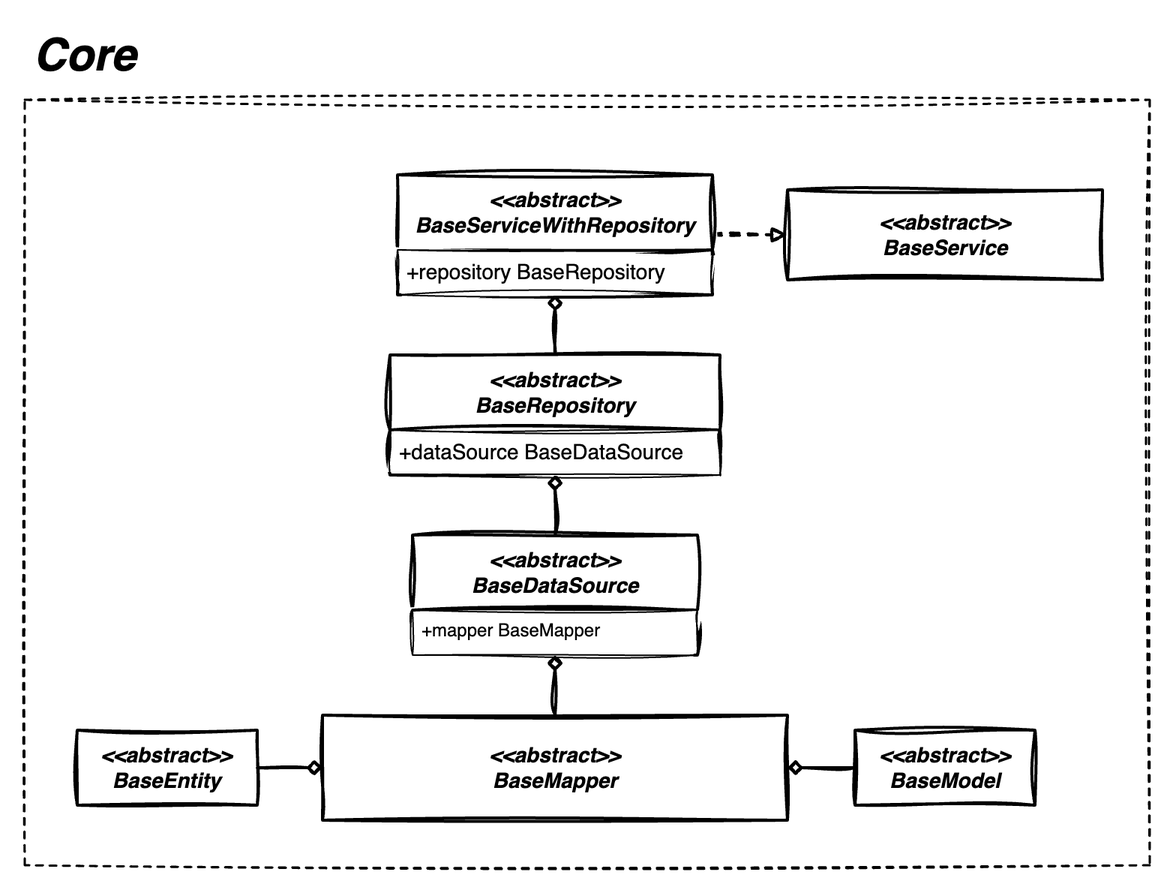
This is core.drawio.png from hamed-rezaee/flutter_component_architecture_poc, a draw.io export, as it was before one commit. Source tidied: cells renumbered, new cells last; positions are measured from the earlier drawing's top-left corner, leaving out a move shared by most shapes. The source it was exported from:
```xml
<mxGraphModel>
  <root>
    <mxCell id="0" />
    <mxCell id="1" parent="0" />
    <mxCell id="2" style="rounded=0;whiteSpace=wrap;html=1;dashed=1;shadow=0;glass=0;sketch=1;curveFitting=1;jiggle=2;strokeWidth=1.5;perimeterSpacing=1;fillColor=none;" parent="1" vertex="1">
      <mxGeometry y="50" width="750" height="510" as="geometry" />
    </mxCell>
    <mxCell id="3" style="edgeStyle=orthogonalEdgeStyle;rounded=0;jettySize=auto;html=1;exitX=0;exitY=0.5;exitDx=0;exitDy=0;entryX=1;entryY=0.5;entryDx=0;entryDy=0;endArrow=diamond;endFill=0;sketch=1;curveFitting=1;jiggle=2;strokeWidth=2;" parent="1" edge="1" source="4" target="7">
      <mxGeometry relative="1" as="geometry" />
    </mxCell>
    <mxCell id="4" value="&lt;b style=&quot;border-color: var(--border-color);&quot;&gt;&lt;i style=&quot;border-color: var(--border-color);&quot;&gt;&amp;lt;&amp;lt;abstract&amp;gt;&amp;gt;&lt;br&gt;&lt;/i&gt;&lt;/b&gt;&lt;b&gt;&lt;i&gt;&lt;font style=&quot;font-size: 14px;&quot;&gt;BaseModel&lt;/font&gt;&lt;/i&gt;&lt;/b&gt;" style="rounded=0;whiteSpace=wrap;html=1;sketch=1;curveFitting=1;jiggle=2;fontSize=14;fontStyle=0;startSize=50;strokeWidth=2;shadow=0;dashed=0;arcSize=4;" parent="1" vertex="1">
      <mxGeometry x="553.5" y="470" width="120" height="50" as="geometry" />
    </mxCell>
    <mxCell id="5" style="edgeStyle=orthogonalEdgeStyle;rounded=0;jettySize=auto;html=1;exitX=1;exitY=0.5;exitDx=0;exitDy=0;entryX=0;entryY=0.5;entryDx=0;entryDy=0;endArrow=diamond;endFill=0;sketch=1;curveFitting=1;jiggle=2;strokeWidth=2;" parent="1" edge="1" source="6" target="7">
      <mxGeometry relative="1" as="geometry" />
    </mxCell>
    <mxCell id="6" value="&lt;b style=&quot;border-color: var(--border-color);&quot;&gt;&lt;i style=&quot;border-color: var(--border-color);&quot;&gt;&amp;lt;&amp;lt;abstract&amp;gt;&amp;gt;&lt;br&gt;&lt;/i&gt;&lt;/b&gt;&lt;b&gt;&lt;i&gt;&lt;font style=&quot;font-size: 14px;&quot;&gt;BaseEntity&lt;/font&gt;&lt;/i&gt;&lt;/b&gt;" style="rounded=0;whiteSpace=wrap;html=1;sketch=1;curveFitting=1;jiggle=2;fontSize=14;fontStyle=0;startSize=50;strokeWidth=2;shadow=0;dashed=0;arcSize=4;" parent="1" vertex="1">
      <mxGeometry x="35" y="470" width="120" height="50" as="geometry" />
    </mxCell>
    <mxCell id="7" value="&lt;b&gt;&lt;i&gt;&lt;font style=&quot;font-size: 14px;&quot;&gt;&amp;lt;&amp;lt;abstract&amp;gt;&amp;gt;&lt;br&gt;BaseMapper&lt;br&gt;&lt;/font&gt;&lt;/i&gt;&lt;/b&gt;" style="rounded=0;whiteSpace=wrap;html=1;sketch=1;curveFitting=1;jiggle=2;fontSize=14;fontStyle=0;startSize=50;strokeWidth=2;shadow=0;dashed=0;arcSize=4;" parent="1" vertex="1">
      <mxGeometry x="198.5" y="460" width="310" height="70" as="geometry" />
    </mxCell>
    <mxCell id="8" style="edgeStyle=orthogonalEdgeStyle;rounded=0;jettySize=auto;html=1;exitX=0.5;exitY=0;exitDx=0;exitDy=0;entryX=0.5;entryY=1;entryDx=0;entryDy=0;endArrow=diamond;endFill=0;sketch=1;curveFitting=1;jiggle=2;strokeWidth=2;" parent="1" edge="1" source="9" target="13">
      <mxGeometry relative="1" as="geometry" />
    </mxCell>
    <mxCell id="9" value="&lt;b style=&quot;border-color: var(--border-color); font-size: 12px;&quot;&gt;&lt;i style=&quot;border-color: var(--border-color);&quot;&gt;&lt;font style=&quot;border-color: var(--border-color); font-size: 14px;&quot;&gt;&amp;lt;&amp;lt;abstract&amp;gt;&amp;gt;&lt;br style=&quot;border-color: var(--border-color);&quot;&gt;BaseRepository&lt;/font&gt;&lt;/i&gt;&lt;/b&gt;" style="swimlane;horizontal=1;startSize=50;rounded=0;fontSize=14;fontStyle=0;strokeWidth=2;shadow=0;dashed=0;align=center;arcSize=4;whiteSpace=wrap;html=1;fillStyle=auto;sketch=1;curveFitting=1;jiggle=2;swimlaneFillColor=default;swimlaneLine=1;glass=0;" parent="1" vertex="1">
      <mxGeometry x="243.5" y="220" width="220" height="80" as="geometry" />
    </mxCell>
    <mxCell id="10" value="&lt;font style=&quot;font-size: 14px;&quot;&gt;+dataSource BaseDataSource&lt;/font&gt;" style="align=left;spacingLeft=4;fontSize=12;verticalAlign=top;html=1;sketch=1;curveFitting=1;jiggle=2;labelBackgroundColor=none;" parent="9" vertex="1">
      <mxGeometry y="50" width="220" height="30" as="geometry" />
    </mxCell>
    <mxCell id="11" style="edgeStyle=orthogonalEdgeStyle;rounded=0;jettySize=auto;html=1;exitX=1;exitY=0.5;exitDx=0;exitDy=0;entryX=0;entryY=0.5;entryDx=0;entryDy=0;endArrow=block;endFill=0;dashed=1;sketch=1;curveFitting=1;jiggle=2;strokeWidth=2;" parent="1" edge="1" source="12" target="19">
      <mxGeometry relative="1" as="geometry" />
    </mxCell>
    <mxCell id="12" value="&lt;b style=&quot;border-color: var(--border-color); font-size: 12px;&quot;&gt;&lt;i style=&quot;border-color: var(--border-color);&quot;&gt;&lt;font style=&quot;border-color: var(--border-color); font-size: 14px;&quot;&gt;&amp;lt;&amp;lt;abstract&amp;gt;&amp;gt;&lt;br style=&quot;border-color: var(--border-color);&quot;&gt;BaseServiceWithRepository&lt;/font&gt;&lt;/i&gt;&lt;/b&gt;" style="swimlane;horizontal=1;startSize=50;rounded=0;fontSize=14;fontStyle=0;strokeWidth=2;shadow=0;dashed=0;align=center;arcSize=4;whiteSpace=wrap;html=1;sketch=1;curveFitting=1;jiggle=2;swimlaneFillColor=default;" parent="1" vertex="1">
      <mxGeometry x="248.5" y="100" width="210" height="80" as="geometry" />
    </mxCell>
    <mxCell id="13" value="&lt;font style=&quot;font-size: 14px;&quot;&gt;+repository BaseRepository&lt;/font&gt;" style="align=left;spacingLeft=4;fontSize=12;verticalAlign=top;html=1;sketch=1;curveFitting=1;jiggle=2;" parent="12" vertex="1">
      <mxGeometry y="50" width="210" height="30" as="geometry" />
    </mxCell>
    <mxCell id="14" style="edgeStyle=orthogonalEdgeStyle;rounded=0;jettySize=auto;html=1;exitX=0.5;exitY=0;exitDx=0;exitDy=0;entryX=0.5;entryY=1;entryDx=0;entryDy=0;endArrow=diamond;endFill=0;sketch=1;curveFitting=1;jiggle=2;strokeWidth=2;" parent="1" edge="1" source="15" target="10">
      <mxGeometry relative="1" as="geometry" />
    </mxCell>
    <mxCell id="15" value="&lt;b style=&quot;border-color: var(--border-color);&quot;&gt;&lt;i style=&quot;border-color: var(--border-color);&quot;&gt;&amp;lt;&amp;lt;abstract&amp;gt;&amp;gt;&lt;br style=&quot;border-color: var(--border-color);&quot;&gt;BaseDataSource&lt;/i&gt;&lt;/b&gt;" style="swimlane;horizontal=1;startSize=50;rounded=0;fontSize=14;fontStyle=0;strokeWidth=2;shadow=0;dashed=0;align=center;arcSize=4;whiteSpace=wrap;html=1;fillStyle=auto;sketch=1;curveFitting=1;jiggle=2;swimlaneFillColor=default;swimlaneLine=1;glass=0;" parent="1" vertex="1">
      <mxGeometry x="258.5" y="340" width="190" height="80" as="geometry" />
    </mxCell>
    <mxCell id="16" value="+mapper BaseMapper" style="align=left;spacingLeft=4;fontSize=12;verticalAlign=top;html=1;sketch=1;curveFitting=1;jiggle=2;labelBackgroundColor=none;" parent="15" vertex="1">
      <mxGeometry y="50" width="190" height="30" as="geometry" />
    </mxCell>
    <mxCell id="17" style="edgeStyle=orthogonalEdgeStyle;rounded=0;jettySize=auto;html=1;exitX=0.5;exitY=0;exitDx=0;exitDy=0;endArrow=diamond;endFill=0;sketch=1;curveFitting=1;jiggle=2;strokeWidth=2;entryX=0.5;entryY=1;entryDx=0;entryDy=0;" parent="1" edge="1" source="7" target="16">
      <mxGeometry relative="1" as="geometry" />
    </mxCell>
    <mxCell id="18" value="&lt;font style=&quot;font-size: 30px;&quot;&gt;Core&lt;/font&gt;" style="text;strokeColor=none;fillColor=none;html=1;fontSize=24;fontStyle=3;verticalAlign=middle;align=center;sketch=1;curveFitting=1;jiggle=2;" parent="1" vertex="1">
      <mxGeometry width="80" height="40" as="geometry" />
    </mxCell>
    <mxCell id="19" value="&lt;b style=&quot;border-color: var(--border-color); font-size: 12px;&quot;&gt;&lt;i style=&quot;border-color: var(--border-color);&quot;&gt;&lt;font style=&quot;border-color: var(--border-color); font-size: 14px;&quot;&gt;&amp;lt;&amp;lt;abstract&amp;gt;&amp;gt;&lt;br style=&quot;border-color: var(--border-color);&quot;&gt;BaseService&lt;/font&gt;&lt;/i&gt;&lt;/b&gt;" style="swimlane;horizontal=1;startSize=80;rounded=0;fontSize=14;fontStyle=0;strokeWidth=2;shadow=0;dashed=0;align=center;arcSize=4;whiteSpace=wrap;html=1;sketch=1;curveFitting=1;jiggle=2;swimlaneFillColor=default;" parent="1" vertex="1">
      <mxGeometry x="508.5" y="110" width="210" height="60" as="geometry" />
    </mxCell>
  </root>
</mxGraphModel>
```
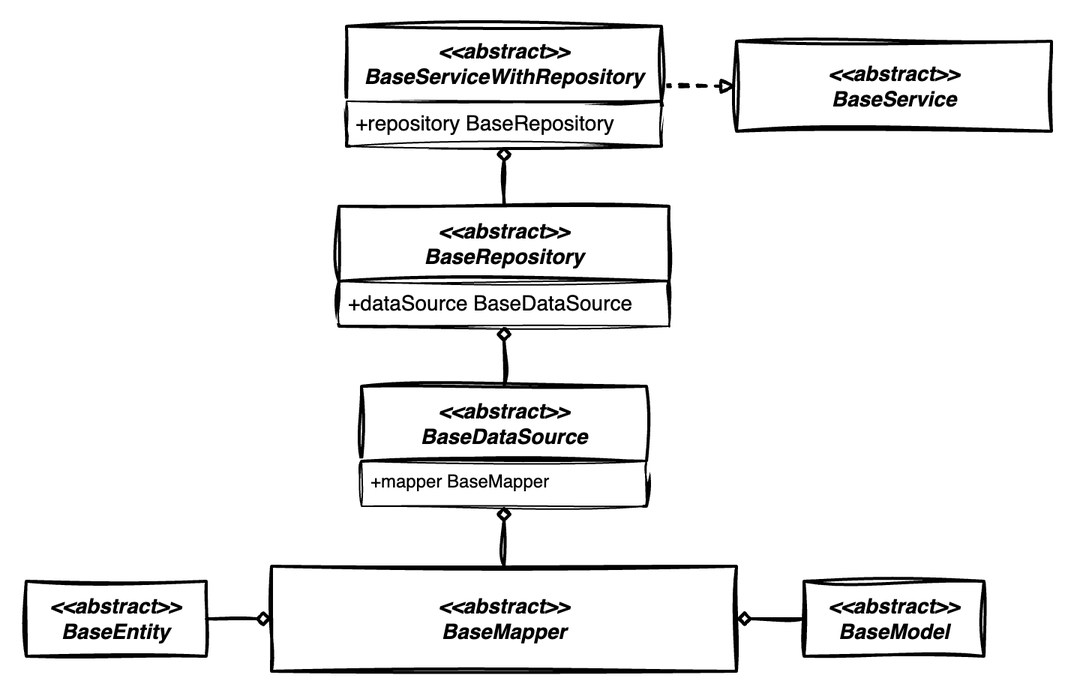
After the commit.

Change to the diagram source:
```diff
@@ -2,9 +2,6 @@
   <root>
     <mxCell id="0" />
     <mxCell id="1" parent="0" />
-    <mxCell id="2" style="rounded=0;whiteSpace=wrap;html=1;dashed=1;shadow=0;glass=0;sketch=1;curveFitting=1;jiggle=2;strokeWidth=1.5;perimeterSpacing=1;fillColor=none;" parent="1" vertex="1">
-      <mxGeometry y="50" width="750" height="510" as="geometry" />
-    </mxCell>
     <mxCell id="3" style="edgeStyle=orthogonalEdgeStyle;rounded=0;jettySize=auto;html=1;exitX=0;exitY=0.5;exitDx=0;exitDy=0;entryX=1;entryY=0.5;entryDx=0;entryDy=0;endArrow=diamond;endFill=0;sketch=1;curveFitting=1;jiggle=2;strokeWidth=2;" parent="1" edge="1" source="4" target="7">
       <mxGeometry relative="1" as="geometry" />
     </mxCell>
@@ -50,9 +47,6 @@
     <mxCell id="17" style="edgeStyle=orthogonalEdgeStyle;rounded=0;jettySize=auto;html=1;exitX=0.5;exitY=0;exitDx=0;exitDy=0;endArrow=diamond;endFill=0;sketch=1;curveFitting=1;jiggle=2;strokeWidth=2;entryX=0.5;entryY=1;entryDx=0;entryDy=0;" parent="1" edge="1" source="7" target="16">
       <mxGeometry relative="1" as="geometry" />
     </mxCell>
-    <mxCell id="18" value="&lt;font style=&quot;font-size: 30px;&quot;&gt;Core&lt;/font&gt;" style="text;strokeColor=none;fillColor=none;html=1;fontSize=24;fontStyle=3;verticalAlign=middle;align=center;sketch=1;curveFitting=1;jiggle=2;" parent="1" vertex="1">
-      <mxGeometry width="80" height="40" as="geometry" />
-    </mxCell>
     <mxCell id="19" value="&lt;b style=&quot;border-color: var(--border-color); font-size: 12px;&quot;&gt;&lt;i style=&quot;border-color: var(--border-color);&quot;&gt;&lt;font style=&quot;border-color: var(--border-color); font-size: 14px;&quot;&gt;&amp;lt;&amp;lt;abstract&amp;gt;&amp;gt;&lt;br style=&quot;border-color: var(--border-color);&quot;&gt;BaseService&lt;/font&gt;&lt;/i&gt;&lt;/b&gt;" style="swimlane;horizontal=1;startSize=80;rounded=0;fontSize=14;fontStyle=0;strokeWidth=2;shadow=0;dashed=0;align=center;arcSize=4;whiteSpace=wrap;html=1;sketch=1;curveFitting=1;jiggle=2;swimlaneFillColor=default;" parent="1" vertex="1">
       <mxGeometry x="508.5" y="110" width="210" height="60" as="geometry" />
     </mxCell>
```
